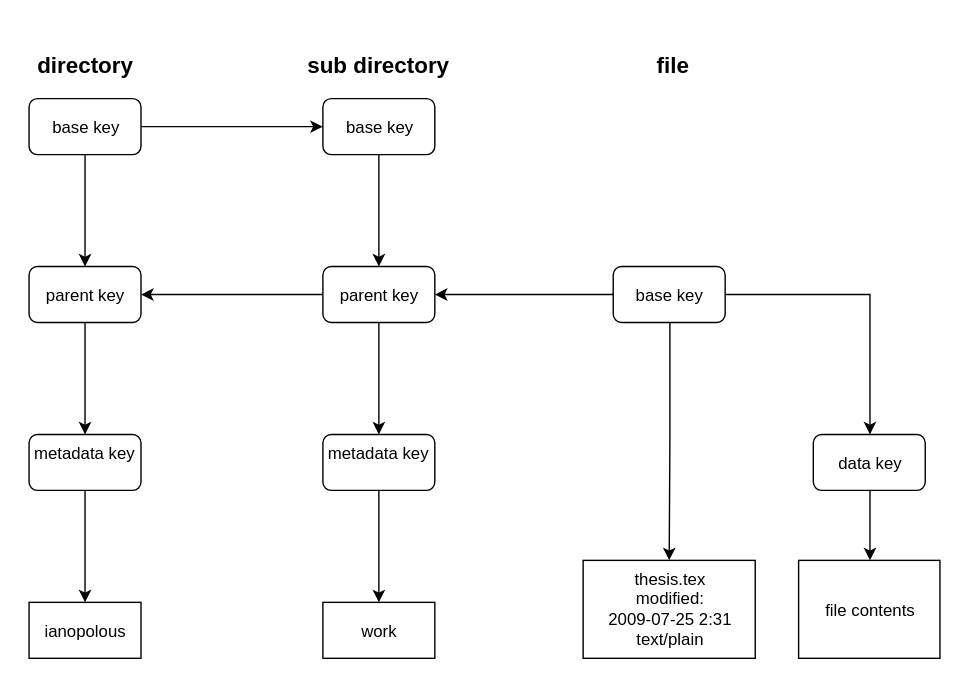
Before: src/img/read-cryptree.svg, a diagram exported from draw.io (Peergos/book). Source tidied: cells renumbered, new cells last; positions are measured from the earlier drawing's top-left corner, leaving out a move shared by most shapes.
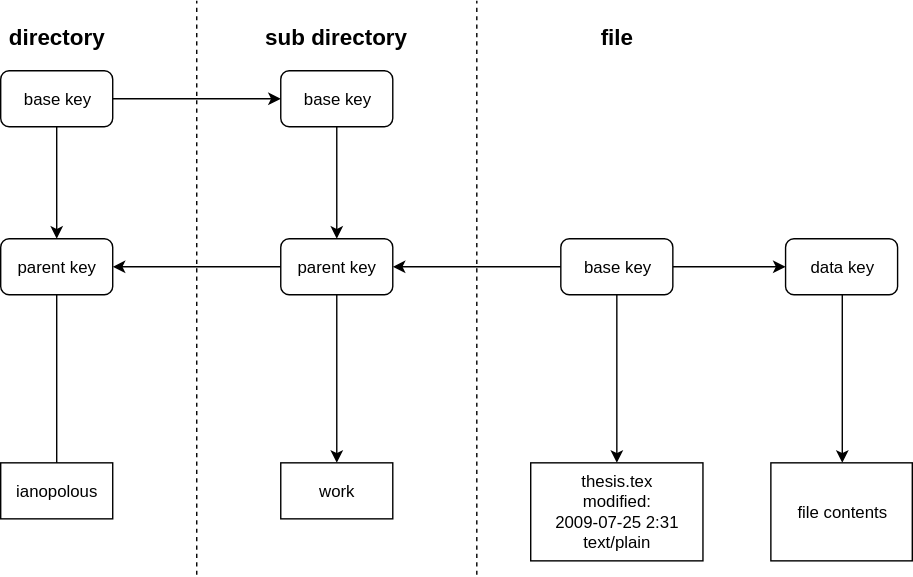
The same file after the commit.

Commit message:
update read cryptree diagram

Change to the diagram source:
```diff
@@ -8,20 +8,16 @@
     <mxCell id="3" value="base key" style="rounded=1;whiteSpace=wrap;html=1;" parent="1" vertex="1">
       <mxGeometry y="50" width="80" height="40" as="geometry" />
     </mxCell>
-    <mxCell id="4" style="edgeStyle=orthogonalEdgeStyle;rounded=0;html=1;jettySize=auto;" parent="1" edge="1" source="5" target="7">
-      <mxGeometry relative="1" as="geometry" />
+    <mxCell id="4" style="edgeStyle=orthogonalEdgeStyle;rounded=0;html=1;jettySize=auto;" parent="1" edge="1" source="5">
+      <mxGeometry relative="1" as="geometry">
+        <mxPoint x="40" y="370" as="targetPoint" />
+      </mxGeometry>
     </mxCell>
     <mxCell id="5" value="parent key" style="rounded=1;whiteSpace=wrap;html=1;" parent="1" vertex="1">
       <mxGeometry y="170" width="80" height="40" as="geometry" />
     </mxCell>
-    <mxCell id="6" style="edgeStyle=orthogonalEdgeStyle;rounded=0;html=1;jettySize=auto;" parent="1" edge="1" source="7" target="8">
-      <mxGeometry relative="1" as="geometry" />
-    </mxCell>
-    <mxCell id="7" value="metadata key" style="rounded=1;whiteSpace=wrap;html=1;" parent="1" vertex="1">
-      <mxGeometry y="290" width="80" height="40" as="geometry" />
-    </mxCell>
     <mxCell id="8" value="ianopolous" style="rounded=1;whiteSpace=wrap;html=1;arcSize=0;" parent="1" vertex="1">
-      <mxGeometry y="410" width="80" height="40" as="geometry" />
+      <mxGeometry y="330" width="80" height="40" as="geometry" />
     </mxCell>
     <mxCell id="9" value="directory" style="text;html=1;strokeColor=none;fillColor=none;align=center;verticalAlign=middle;whiteSpace=wrap;rounded=0;fontStyle=1;fontSize=16;" parent="1" vertex="1">
       <mxGeometry width="80" height="50" as="geometry" />
@@ -30,25 +26,19 @@
       <mxGeometry relative="1" as="geometry" />
     </mxCell>
     <mxCell id="11" value="base key" style="rounded=1;whiteSpace=wrap;html=1;" parent="1" vertex="1">
-      <mxGeometry x="210" y="50" width="80" height="40" as="geometry" />
+      <mxGeometry x="200" y="50" width="80" height="40" as="geometry" />
     </mxCell>
-    <mxCell id="12" style="edgeStyle=orthogonalEdgeStyle;rounded=0;html=1;jettySize=auto;" parent="1" edge="1" source="13" target="15">
+    <mxCell id="12" style="edgeStyle=orthogonalEdgeStyle;rounded=0;html=1;jettySize=auto;entryX=0.5;entryY=0;entryDx=0;entryDy=0;" parent="1" edge="1" source="13" target="16">
       <mxGeometry relative="1" as="geometry" />
     </mxCell>
     <mxCell id="13" value="parent key" style="rounded=1;whiteSpace=wrap;html=1;" parent="1" vertex="1">
-      <mxGeometry x="210" y="170" width="80" height="40" as="geometry" />
+      <mxGeometry x="200" y="170" width="80" height="40" as="geometry" />
     </mxCell>
-    <mxCell id="14" style="edgeStyle=orthogonalEdgeStyle;rounded=0;html=1;jettySize=auto;" parent="1" edge="1" source="15" target="16">
-      <mxGeometry relative="1" as="geometry" />
-    </mxCell>
-    <mxCell id="15" value="metadata key" style="rounded=1;whiteSpace=wrap;html=1;" parent="1" vertex="1">
-      <mxGeometry x="210" y="290" width="80" height="40" as="geometry" />
-    </mxCell>
     <mxCell id="16" value="work" style="rounded=1;whiteSpace=wrap;html=1;arcSize=0;" parent="1" vertex="1">
-      <mxGeometry x="210" y="410" width="80" height="40" as="geometry" />
+      <mxGeometry x="200" y="330" width="80" height="40" as="geometry" />
     </mxCell>
     <mxCell id="17" value="sub directory" style="text;html=1;strokeColor=none;fillColor=none;align=center;verticalAlign=middle;whiteSpace=wrap;rounded=0;fontStyle=1;fontSize=16;" parent="1" vertex="1">
-      <mxGeometry x="190" width="120" height="50" as="geometry" />
+      <mxGeometry x="180" width="120" height="50" as="geometry" />
     </mxCell>
     <mxCell id="18" style="edgeStyle=orthogonalEdgeStyle;rounded=0;html=1;jettySize=auto;" parent="1" edge="1" source="19" target="21">
       <mxGeometry relative="1" as="geometry">
@@ -58,24 +48,22 @@
       </mxGeometry>
     </mxCell>
     <mxCell id="19" value="base key" style="rounded=1;whiteSpace=wrap;html=1;" parent="1" vertex="1">
-      <mxGeometry x="417.5" y="170" width="80" height="40" as="geometry" />
+      <mxGeometry x="400" y="170" width="80" height="40" as="geometry" />
     </mxCell>
-    <mxCell id="20" style="edgeStyle=orthogonalEdgeStyle;rounded=0;html=1;jettySize=auto;exitX=0.5;exitY=1;exitDx=0;exitDy=0;" parent="1" edge="1" source="19">
-      <mxGeometry relative="1" as="geometry">
-        <mxPoint x="457.5" y="380" as="targetPoint" />
-      </mxGeometry>
+    <mxCell id="20" style="edgeStyle=orthogonalEdgeStyle;rounded=0;html=1;jettySize=auto;exitX=0.5;exitY=1;exitDx=0;exitDy=0;entryX=0.5;entryY=0;entryDx=0;entryDy=0;" parent="1" edge="1" source="19" target="22">
+      <mxGeometry relative="1" as="geometry" />
     </mxCell>
     <mxCell id="21" value="data key" style="rounded=1;whiteSpace=wrap;html=1;" parent="1" vertex="1">
-      <mxGeometry x="560.5" y="290" width="80" height="40" as="geometry" />
+      <mxGeometry x="560.5" y="170" width="80" height="40" as="geometry" />
     </mxCell>
     <mxCell id="22" value="&lt;div&gt;thesis.tex&lt;/div&gt;&lt;div&gt;modified: &lt;br&gt;&lt;/div&gt;&lt;div&gt;2009-07-25 2:31&lt;/div&gt;&lt;div&gt;text/plain&lt;br&gt;&lt;/div&gt;" style="rounded=1;whiteSpace=wrap;html=1;arcSize=0;" parent="1" vertex="1">
-      <mxGeometry x="396" y="380" width="123" height="70" as="geometry" />
+      <mxGeometry x="378.5" y="330" width="123" height="70" as="geometry" />
     </mxCell>
     <mxCell id="23" value="file" style="text;html=1;strokeColor=none;fillColor=none;align=center;verticalAlign=middle;whiteSpace=wrap;rounded=0;fontStyle=1;fontSize=16;" parent="1" vertex="1">
-      <mxGeometry x="420" width="80" height="50" as="geometry" />
+      <mxGeometry x="400" width="80" height="50" as="geometry" />
     </mxCell>
     <mxCell id="24" value="file contents" style="rounded=1;whiteSpace=wrap;html=1;arcSize=0;" parent="1" vertex="1">
-      <mxGeometry x="550" y="380" width="101" height="70" as="geometry" />
+      <mxGeometry x="550" y="330" width="101" height="70" as="geometry" />
     </mxCell>
     <mxCell id="25" style="edgeStyle=orthogonalEdgeStyle;rounded=0;html=1;jettySize=auto;exitX=1;exitY=0.5;exitDx=0;exitDy=0;entryX=0;entryY=0.5;entryDx=0;entryDy=0;" parent="1" edge="1" source="3" target="11">
       <mxGeometry relative="1" as="geometry" />
@@ -89,5 +77,17 @@
     <mxCell id="28" style="edgeStyle=orthogonalEdgeStyle;rounded=0;html=1;jettySize=auto;exitX=0.5;exitY=1;exitDx=0;exitDy=0;entryX=0.5;entryY=0;entryDx=0;entryDy=0;" parent="1" edge="1" source="21" target="24">
       <mxGeometry relative="1" as="geometry" />
     </mxCell>
+    <mxCell id="29" style="endArrow=none;dashed=1;html=1;" parent="1" edge="1">
+      <mxGeometry relative="1" as="geometry">
+        <mxPoint x="140" y="410" as="sourcePoint" />
+        <mxPoint x="140" as="targetPoint" />
+      </mxGeometry>
+    </mxCell>
+    <mxCell id="30" style="endArrow=none;dashed=1;html=1;" parent="1" edge="1">
+      <mxGeometry relative="1" as="geometry">
+        <mxPoint x="340" y="410" as="sourcePoint" />
+        <mxPoint x="340" as="targetPoint" />
+      </mxGeometry>
+    </mxCell>
   </root>
 </mxGraphModel>
```
